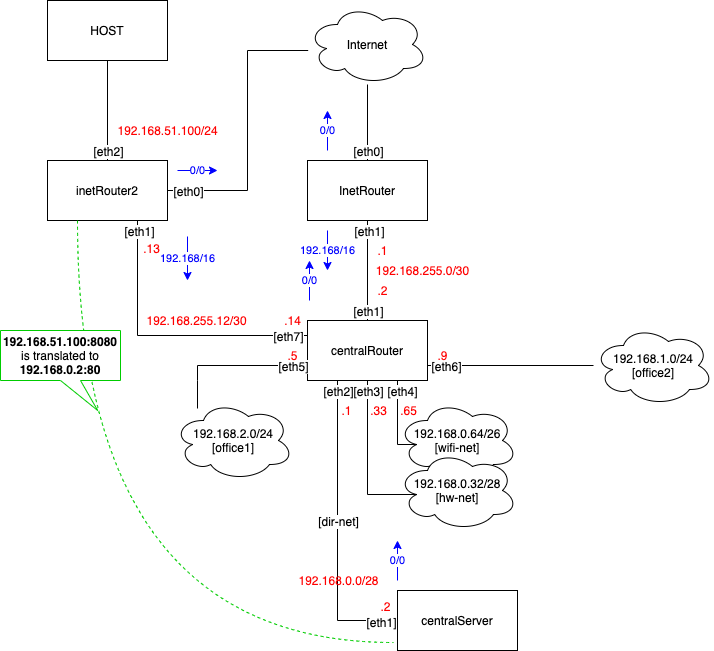
Above: lab21/diagram.png in gs1571/otus-linux (draw.io), before the change. Source tidied: cells renumbered, new cells last; positions are measured from the earlier drawing's top-left corner, leaving out a move shared by most shapes.
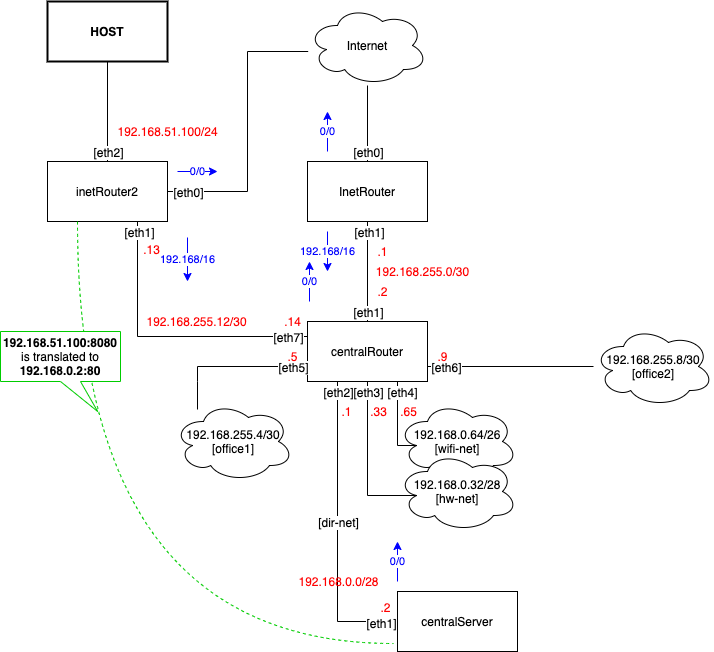
The same diagram one commit later.

The edit, as a diff of the source:
```diff
@@ -158,10 +158,10 @@
         <mxPoint x="397" y="540" as="targetPoint" />
       </mxGeometry>
     </mxCell>
-    <mxCell id="39" value="192.168.2.0/24&lt;br&gt;[office1]" style="ellipse;shape=cloud;whiteSpace=wrap;html=1;" parent="1" vertex="1">
+    <mxCell id="39" value="192.168.255.4/30&lt;br&gt;[office1]" style="ellipse;shape=cloud;whiteSpace=wrap;html=1;" parent="1" vertex="1">
       <mxGeometry x="173" y="400" width="120" height="80" as="geometry" />
     </mxCell>
-    <mxCell id="40" value="192.168.1.0/24&lt;br&gt;[office2]" style="ellipse;shape=cloud;whiteSpace=wrap;html=1;" parent="1" vertex="1">
+    <mxCell id="40" value="192.168.255.8/30&lt;br&gt;[office2]" style="ellipse;shape=cloud;whiteSpace=wrap;html=1;" parent="1" vertex="1">
       <mxGeometry x="593" y="325" width="120" height="80" as="geometry" />
     </mxCell>
     <mxCell id="41" value="inetRouter2" style="rounded=0;whiteSpace=wrap;html=1;" parent="1" vertex="1">
@@ -214,7 +214,7 @@
         <mxPoint x="187" y="280" as="targetPoint" />
       </mxGeometry>
     </mxCell>
-    <mxCell id="52" value="HOST" style="rounded=0;whiteSpace=wrap;html=1;" parent="1" vertex="1">
+    <mxCell id="52" value="HOST" style="rounded=0;whiteSpace=wrap;html=1;strokeWidth=2;fontStyle=1;" parent="1" vertex="1">
       <mxGeometry x="47" width="120" height="60" as="geometry" />
     </mxCell>
     <mxCell id="53" style="endArrow=none;html=1;exitX=0.5;exitY=0;exitDx=0;exitDy=0;rounded=0;entryX=0.5;entryY=1;entryDx=0;entryDy=0;" parent="1" edge="1" source="41" target="52">
```
